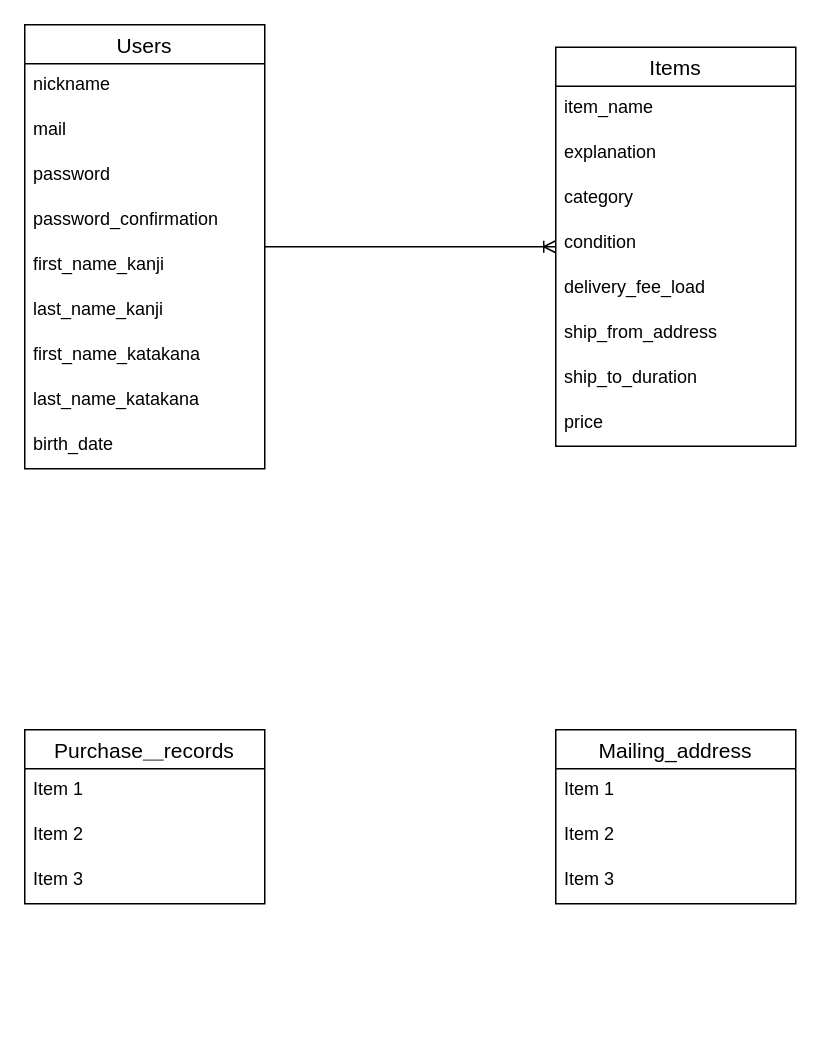
The draw.io diagram er_illustration.dio in Lubellum/furima-36670, before the edit. Source tidied: cells renumbered, new cells numbered last; positions are measured from the earlier drawing's top-left corner, leaving out a move shared by most shapes. Both pictures are drawn from the tidied source at 150%, with x=0, y=0 at pixel (24, 24).
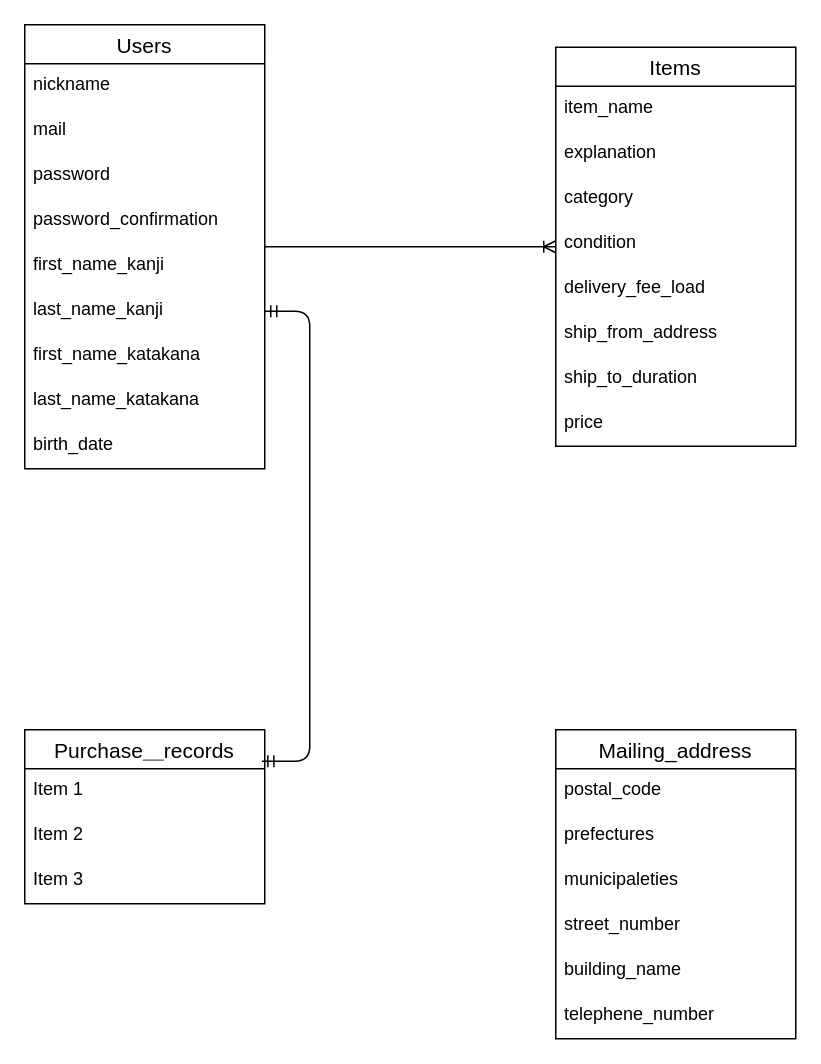
Above is the later version.

Commit message:
発送先情報のカラムを記入

Unchanged cells that the change refers to:
```xml
<mxCell id="8" value="last_name_kanji" style="text;strokeColor=none;fillColor=none;spacingLeft=4;spacingRight=4;overflow=hidden;points=[[0,0.5],[1,0.5]];portConstraint=eastwest;fontSize=12;verticalAlign=top;align=left;fontStyle=0;" parent="2" vertex="1">
  <mxGeometry y="176" width="160" height="30" as="geometry" />
</mxCell>
<mxCell id="27" value="Item 1" style="text;strokeColor=none;fillColor=none;spacingLeft=4;spacingRight=4;overflow=hidden;points=[[0,0.5],[1,0.5]];portConstraint=eastwest;fontSize=12;" parent="26" vertex="1">
  <mxGeometry y="26" width="160" height="30" as="geometry" />
</mxCell>
```

Change to the diagram source:
```diff
@@
     <mxCell id="22" value="Mailing_address" style="swimlane;fontStyle=0;horizontal=1;startSize=26;align=center;fontSize=14;" parent="1" vertex="1">
-      <mxGeometry x="354" y="470" width="160" height="116" as="geometry" />
+      <mxGeometry x="354" y="470" width="160" height="206" as="geometry" />
     </mxCell>
-    <mxCell id="23" value="Item 1" style="text;strokeColor=none;fillColor=none;spacingLeft=4;spacingRight=4;overflow=hidden;fontSize=12;" parent="22" vertex="1">
+    <mxCell id="23" value="postal_code" style="text;strokeColor=none;fillColor=none;spacingLeft=4;spacingRight=4;overflow=hidden;fontSize=12;" parent="22" vertex="1">
       <mxGeometry y="26" width="160" height="30" as="geometry" />
     </mxCell>
-    <mxCell id="24" value="Item 2" style="text;strokeColor=none;fillColor=none;spacingLeft=4;spacingRight=4;overflow=hidden;fontSize=12;" parent="22" vertex="1">
+    <mxCell id="24" value="prefectures" style="text;strokeColor=none;fillColor=none;spacingLeft=4;spacingRight=4;overflow=hidden;fontSize=12;" parent="22" vertex="1">
       <mxGeometry y="56" width="160" height="30" as="geometry" />
     </mxCell>
-    <mxCell id="25" value="Item 3" style="text;strokeColor=none;fillColor=none;spacingLeft=4;spacingRight=4;overflow=hidden;fontSize=12;" parent="22" vertex="1">
+    <mxCell id="25" value="municipaleties" style="text;strokeColor=none;fillColor=none;spacingLeft=4;spacingRight=4;overflow=hidden;fontSize=12;" parent="22" vertex="1">
       <mxGeometry y="86" width="160" height="30" as="geometry" />
     </mxCell>
+    <mxCell id="30" value="street_number" style="text;strokeColor=none;fillColor=none;spacingLeft=4;spacingRight=4;overflow=hidden;fontSize=12;" parent="22" vertex="1">
+      <mxGeometry y="116" width="160" height="30" as="geometry" />
+    </mxCell>
+    <mxCell id="31" value="building_name" style="text;strokeColor=none;fillColor=none;spacingLeft=4;spacingRight=4;overflow=hidden;fontSize=12;" parent="22" vertex="1">
+      <mxGeometry y="146" width="160" height="30" as="geometry" />
+    </mxCell>
+    <mxCell id="32" value="telephene_number" style="text;strokeColor=none;fillColor=none;spacingLeft=4;spacingRight=4;overflow=hidden;fontSize=12;" parent="22" vertex="1">
+      <mxGeometry y="176" width="160" height="30" as="geometry" />
+    </mxCell>
@@
+    <mxCell id="33" style="edgeStyle=entityRelationEdgeStyle;fontSize=12;html=1;endArrow=ERmandOne;startArrow=ERmandOne;exitX=0.988;exitY=-0.167;exitDx=0;exitDy=0;exitPerimeter=0;" parent="1" edge="1" source="27" target="8">
+      <mxGeometry relative="1" as="geometry" />
+    </mxCell>
```
